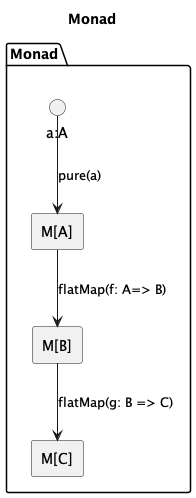
The PlantUML diagram docs/03-monad.png in mavaji/free-monad, before a commit.
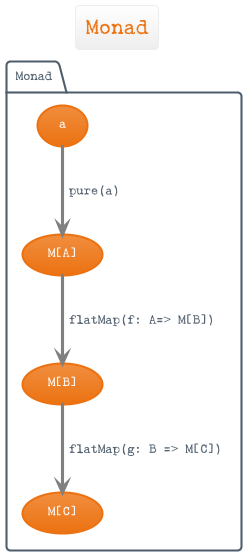
The same file after the commit.

The edit, as a diff of the source:
```diff
@@ -1,16 +1,18 @@
 @startuml
+!theme aws-orange
+skinparam defaultFontName "Gabriele Black Ribbon FG"
 title Monad
 
 package "Monad" {
-  circle "a:A" as a
-  rectangle "M[A]" as pure
-  rectangle "M[B]" as f
-  rectangle "M[C]" as g
+  (a)
+  (M[A]) as pure
+  (M[B]) as mb
+  (M[C]) as mc
 }
 
-a --> pure : "pure(a)"
+a -[#gray]-> pure : "pure(a)"
 
-pure --> f : "flatMap(f: A=> B)"
-f --> g : "flatMap(g: B => C)"
+pure -[#gray]-> mb : "flatMap(f: A=> M[B])"
+mb -[#gray]-> mc : "flatMap(g: B => M[C])"
 
 @enduml
```
